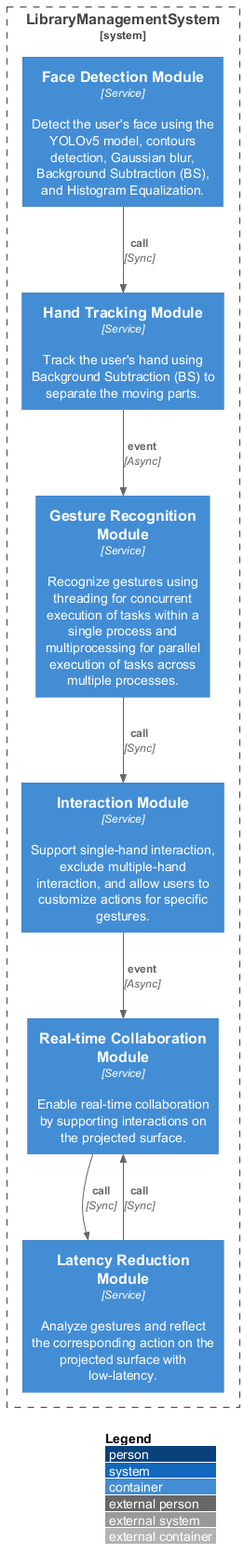
Earlier version of the PlantUML export data/outputs/architecture_c4.png (hanaAbdelwahab/GPARCHIMIND). Its diagram source:
```plantuml
@startuml
!include https://raw.githubusercontent.com/plantuml-stdlib/C4-PlantUML/master/C4_Container.puml
LAYOUT_WITH_LEGEND()
System_Boundary(LibraryManagementSystem, "LibraryManagementSystem") {
  Container(FaceDetectionModule, "Face Detection Module", "Service", "Detect the user's face using the YOLOv5 model, contours detection, Gaussian blur, Background Subtraction (BS), and Histogram Equalization.")
  Container(GestureRecognitionModule, "Gesture Recognition Module", "Service", "Recognize gestures using threading for concurrent execution of tasks within a single process and multiprocessing for parallel execution of tasks across multiple processes.")
  Container(HandTrackingModule, "Hand Tracking Module", "Service", "Track the user's hand using Background Subtraction (BS) to separate the moving parts.")
  Container(InteractionModule, "Interaction Module", "Service", "Support single-hand interaction, exclude multiple-hand interaction, and allow users to customize actions for specific gestures.")
  Container(RealtimeCollaborationModule, "Real-time Collaboration Module", "Service", "Enable real-time collaboration by supporting interactions on the projected surface.")
  Container(LatencyReductionModule, "Latency Reduction Module", "Service", "Analyze gestures and reflect the corresponding action on the projected surface with low-latency.")
}
Rel(FaceDetectionModule, HandTrackingModule, "call", "Sync")
Rel(HandTrackingModule, GestureRecognitionModule, "event", "Async")
Rel(GestureRecognitionModule, InteractionModule, "call", "Sync")
Rel(InteractionModule, RealtimeCollaborationModule, "event", "Async")
Rel(RealtimeCollaborationModule, LatencyReductionModule, "call", "Sync")
Rel(LatencyReductionModule, RealtimeCollaborationModule, "call", "Sync")
@enduml
```
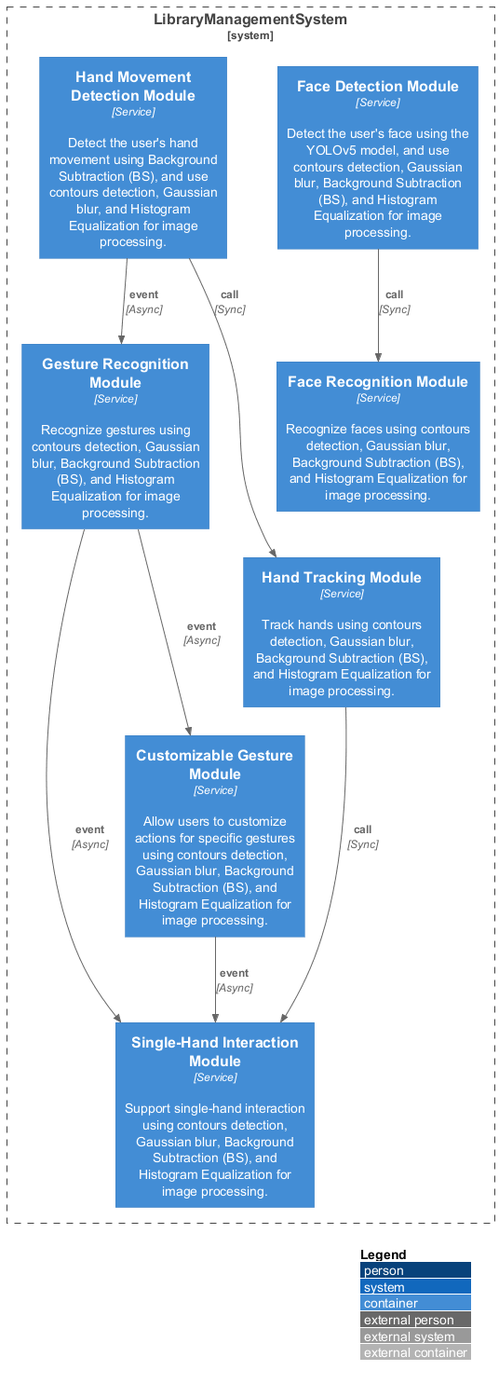
Above is the later version.

What changed in the source:
```diff
@@ -2,17 +2,19 @@
 !include https://raw.githubusercontent.com/plantuml-stdlib/C4-PlantUML/master/C4_Container.puml
 LAYOUT_WITH_LEGEND()
 System_Boundary(LibraryManagementSystem, "LibraryManagementSystem") {
-  Container(FaceDetectionModule, "Face Detection Module", "Service", "Detect the user's face using the YOLOv5 model, contours detection, Gaussian blur, Background Subtraction (BS), and Histogram Equalization.")
-  Container(GestureRecognitionModule, "Gesture Recognition Module", "Service", "Recognize gestures using threading for concurrent execution of tasks within a single process and multiprocessing for parallel execution of tasks across multiple processes.")
-  Container(HandTrackingModule, "Hand Tracking Module", "Service", "Track the user's hand using Background Subtraction (BS) to separate the moving parts.")
-  Container(InteractionModule, "Interaction Module", "Service", "Support single-hand interaction, exclude multiple-hand interaction, and allow users to customize actions for specific gestures.")
-  Container(RealtimeCollaborationModule, "Real-time Collaboration Module", "Service", "Enable real-time collaboration by supporting interactions on the projected surface.")
-  Container(LatencyReductionModule, "Latency Reduction Module", "Service", "Analyze gestures and reflect the corresponding action on the projected surface with low-latency.")
+  Container(FaceDetectionModule, "Face Detection Module", "Service", "Detect the user's face using the YOLOv5 model, and use contours detection, Gaussian blur, Background Subtraction (BS), and Histogram Equalization for image processing.")
+  Container(HandMovementDetectionModule, "Hand Movement Detection Module", "Service", "Detect the user's hand movement using Background Subtraction (BS), and use contours detection, Gaussian blur, and Histogram Equalization for image processing.")
+  Container(GestureRecognitionModule, "Gesture Recognition Module", "Service", "Recognize gestures using contours detection, Gaussian blur, Background Subtraction (BS), and Histogram Equalization for image processing.")
+  Container(FaceRecognitionModule, "Face Recognition Module", "Service", "Recognize faces using contours detection, Gaussian blur, Background Subtraction (BS), and Histogram Equalization for image processing.")
+  Container(HandTrackingModule, "Hand Tracking Module", "Service", "Track hands using contours detection, Gaussian blur, Background Subtraction (BS), and Histogram Equalization for image processing.")
+  Container(SingleHandInteractionModule, "Single-Hand Interaction Module", "Service", "Support single-hand interaction using contours detection, Gaussian blur, Background Subtraction (BS), and Histogram Equalization for image processing.")
+  Container(CustomizableGestureModule, "Customizable Gesture Module", "Service", "Allow users to customize actions for specific gestures using contours detection, Gaussian blur, Background Subtraction (BS), and Histogram Equalization for image processing.")
 }
-Rel(FaceDetectionModule, HandTrackingModule, "call", "Sync")
-Rel(HandTrackingModule, GestureRecognitionModule, "event", "Async")
-Rel(GestureRecognitionModule, InteractionModule, "call", "Sync")
-Rel(InteractionModule, RealtimeCollaborationModule, "event", "Async")
-Rel(RealtimeCollaborationModule, LatencyReductionModule, "call", "Sync")
-Rel(LatencyReductionModule, RealtimeCollaborationModule, "call", "Sync")
+Rel(FaceDetectionModule, FaceRecognitionModule, "call", "Sync")
+Rel(HandMovementDetectionModule, HandTrackingModule, "call", "Sync")
+Rel(HandMovementDetectionModule, GestureRecognitionModule, "event", "Async")
+Rel(GestureRecognitionModule, SingleHandInteractionModule, "event", "Async")
+Rel(GestureRecognitionModule, CustomizableGestureModule, "event", "Async")
+Rel(HandTrackingModule, SingleHandInteractionModule, "call", "Sync")
+Rel(CustomizableGestureModule, SingleHandInteractionModule, "event", "Async")
 @enduml
```
